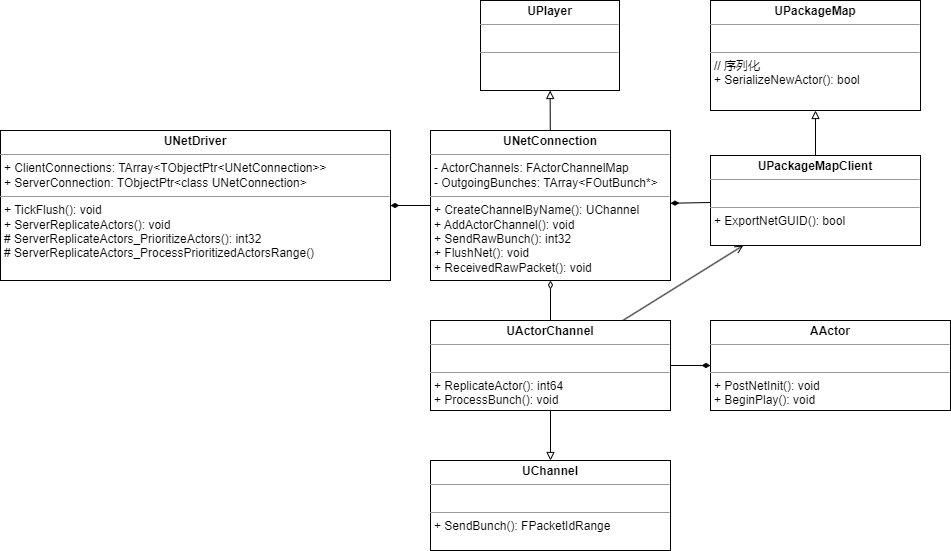
Above: 2024/12/30/link/UE/DS/3_UE网络框架/3_UE网络框架/核心类图.dio.png in lixiang2202/lixiang2202.github.io (draw.io), before the change. Source tidied: cells renumbered, new cells last; positions are measured from the earlier drawing's top-left corner, leaving out a move shared by most shapes.
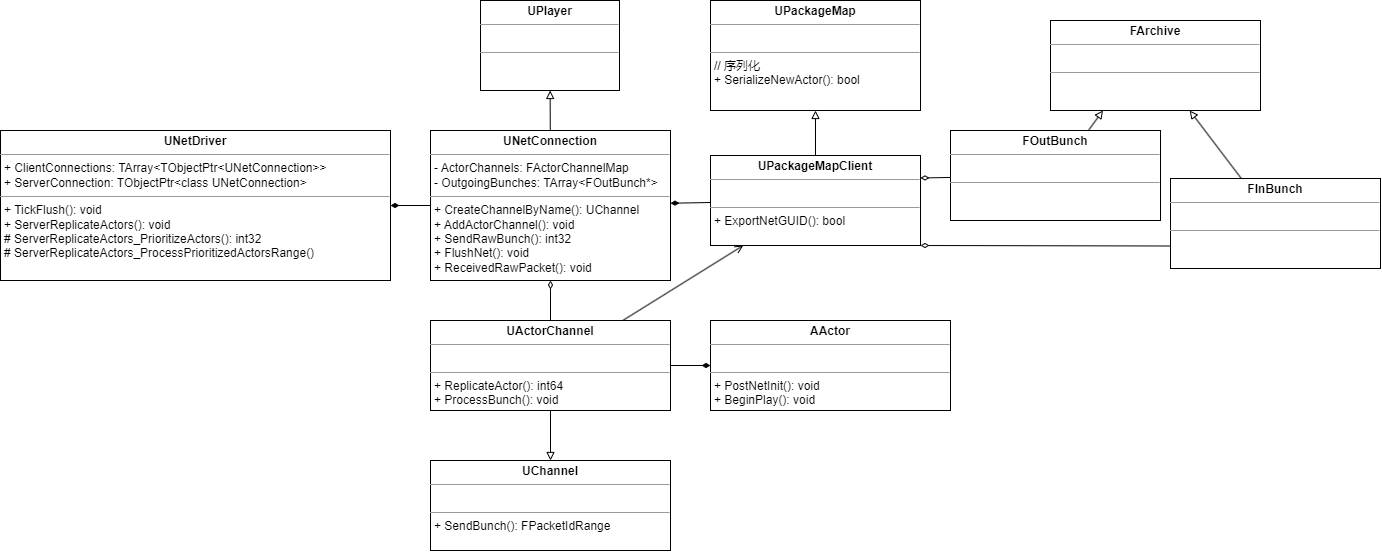
After the commit.

The edit, as a diff of the source:
```diff
@@ -50,5 +50,26 @@
     <mxCell id="17" value="&lt;p style=&quot;margin:0px;margin-top:4px;text-align:center;&quot;&gt;&lt;b&gt;AActor&lt;/b&gt;&lt;br&gt;&lt;/p&gt;&lt;hr size=&quot;1&quot;&gt;&lt;p style=&quot;margin:0px;margin-left:4px;&quot;&gt;&lt;br&gt;&lt;/p&gt;&lt;hr size=&quot;1&quot;&gt;&lt;p style=&quot;margin:0px;margin-left:4px;&quot;&gt;+ PostNetInit(): void&lt;/p&gt;&lt;p style=&quot;margin:0px;margin-left:4px;&quot;&gt;+ BeginPlay(): void&lt;/p&gt;" style="verticalAlign=top;align=left;overflow=fill;fontSize=12;fontFamily=Helvetica;html=1;hachureGap=4;fontSource=https%3A%2F%2Ffonts.googleapis.com%2Fcss%3Ffamily%3DArchitects%2BDaughter;" parent="1" vertex="1">
       <mxGeometry x="710" y="320" width="240" height="90" as="geometry" />
     </mxCell>
+    <mxCell id="18" style="edgeStyle=none;html=1;entryX=0.25;entryY=1;entryDx=0;entryDy=0;endArrow=block;endFill=0;" parent="1" edge="1" source="20" target="24">
+      <mxGeometry relative="1" as="geometry" />
+    </mxCell>
+    <mxCell id="19" style="edgeStyle=none;html=1;entryX=1;entryY=0.25;entryDx=0;entryDy=0;endArrow=diamondThin;endFill=0;" parent="1" edge="1" source="20" target="13">
+      <mxGeometry relative="1" as="geometry" />
+    </mxCell>
+    <mxCell id="20" value="&lt;p style=&quot;margin:0px;margin-top:4px;text-align:center;&quot;&gt;&lt;b&gt;FOutBunch&lt;/b&gt;&lt;br&gt;&lt;/p&gt;&lt;hr size=&quot;1&quot;&gt;&lt;p style=&quot;margin:0px;margin-left:4px;&quot;&gt;&lt;br&gt;&lt;/p&gt;&lt;hr size=&quot;1&quot;&gt;&lt;p style=&quot;border-color: var(--border-color); margin: 0px 0px 0px 4px;&quot;&gt;&lt;br&gt;&lt;/p&gt;" style="verticalAlign=top;align=left;overflow=fill;fontSize=12;fontFamily=Helvetica;html=1;hachureGap=4;fontSource=https%3A%2F%2Ffonts.googleapis.com%2Fcss%3Ffamily%3DArchitects%2BDaughter;" parent="1" vertex="1">
+      <mxGeometry x="950" y="130" width="210" height="90" as="geometry" />
+    </mxCell>
+    <mxCell id="21" style="edgeStyle=none;html=1;endArrow=block;endFill=0;" parent="1" edge="1" source="23" target="24">
+      <mxGeometry relative="1" as="geometry" />
+    </mxCell>
+    <mxCell id="22" style="edgeStyle=none;html=1;entryX=1;entryY=1;entryDx=0;entryDy=0;endArrow=diamondThin;endFill=0;exitX=0;exitY=0.75;exitDx=0;exitDy=0;" parent="1" edge="1" source="23" target="13">
+      <mxGeometry relative="1" as="geometry" />
+    </mxCell>
+    <mxCell id="23" value="&lt;p style=&quot;margin:0px;margin-top:4px;text-align:center;&quot;&gt;&lt;b&gt;FInBunch&lt;/b&gt;&lt;br&gt;&lt;/p&gt;&lt;hr size=&quot;1&quot;&gt;&lt;p style=&quot;margin:0px;margin-left:4px;&quot;&gt;&lt;br&gt;&lt;/p&gt;&lt;hr size=&quot;1&quot;&gt;&lt;p style=&quot;border-color: var(--border-color); margin: 0px 0px 0px 4px;&quot;&gt;&lt;br&gt;&lt;/p&gt;" style="verticalAlign=top;align=left;overflow=fill;fontSize=12;fontFamily=Helvetica;html=1;hachureGap=4;fontSource=https%3A%2F%2Ffonts.googleapis.com%2Fcss%3Ffamily%3DArchitects%2BDaughter;" parent="1" vertex="1">
+      <mxGeometry x="1170" y="178" width="210" height="90" as="geometry" />
+    </mxCell>
+    <mxCell id="24" value="&lt;p style=&quot;margin:0px;margin-top:4px;text-align:center;&quot;&gt;&lt;b&gt;FArchive&lt;/b&gt;&lt;br&gt;&lt;/p&gt;&lt;hr size=&quot;1&quot;&gt;&lt;p style=&quot;margin:0px;margin-left:4px;&quot;&gt;&lt;br&gt;&lt;/p&gt;&lt;hr size=&quot;1&quot;&gt;&lt;p style=&quot;border-color: var(--border-color); margin: 0px 0px 0px 4px;&quot;&gt;&lt;br&gt;&lt;/p&gt;" style="verticalAlign=top;align=left;overflow=fill;fontSize=12;fontFamily=Helvetica;html=1;hachureGap=4;fontSource=https%3A%2F%2Ffonts.googleapis.com%2Fcss%3Ffamily%3DArchitects%2BDaughter;" parent="1" vertex="1">
+      <mxGeometry x="1050" y="20" width="210" height="90" as="geometry" />
+    </mxCell>
   </root>
 </mxGraphModel>
```
